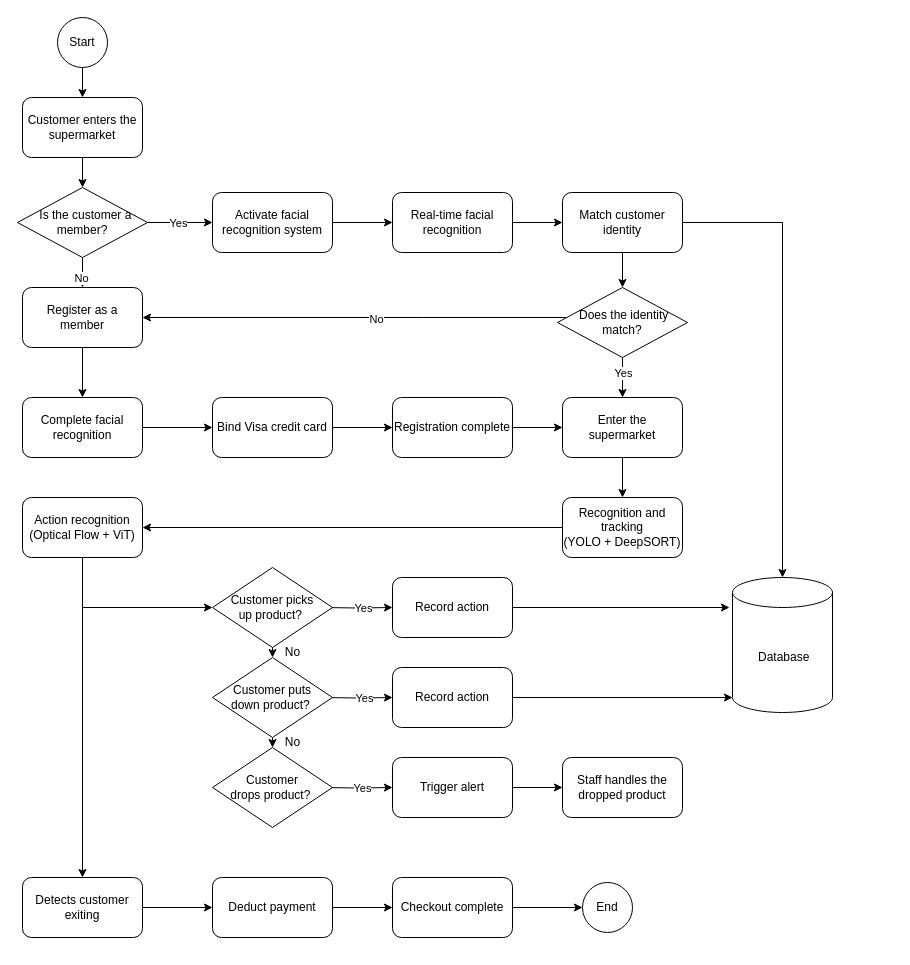
The draw.io diagram Flowchart.drawio in yannsusu/SwiftMart, before the edit. Source tidied: cells renumbered, new cells numbered last; positions are measured from the earlier drawing's top-left corner, leaving out a move shared by most shapes. Both pictures are drawn from the tidied source at 100%, with x=0, y=0 at pixel (17, 17).
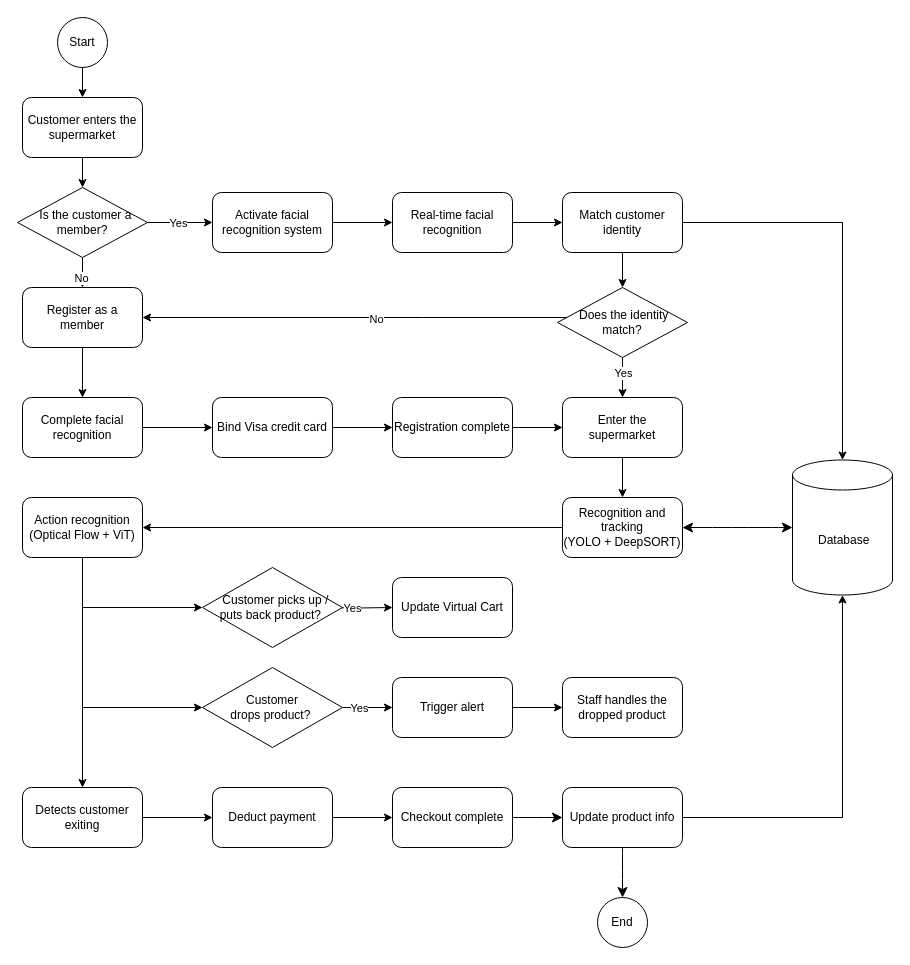
After the change.

The change refers to these unchanged cells:
```xml
<mxCell id="35" value="Recognition and tracking&lt;div&gt;(YOLO + DeepSORT)&lt;/div&gt;" style="whiteSpace=wrap;html=1;rounded=1;" parent="1" vertex="1">
  <mxGeometry x="545" y="480" width="120" height="60" as="geometry" />
</mxCell>
<mxCell id="37" value="Action recognition&lt;div&gt;(&lt;span style=&quot;background-color: transparent; color: light-dark(rgb(0, 0, 0), rgb(255, 255, 255));&quot;&gt;Optical Flow + ViT)&lt;/span&gt;&lt;/div&gt;" style="whiteSpace=wrap;html=1;rounded=1;" parent="1" vertex="1">
  <mxGeometry x="5" y="480" width="120" height="60" as="geometry" />
</mxCell>
<mxCell id="38" style="edgeStyle=orthogonalEdgeStyle;rounded=0;jettySize=auto;html=1;" parent="1" edge="1" target="43">
  <mxGeometry relative="1" as="geometry">
    <mxPoint x="305" y="590" as="sourcePoint" />
  </mxGeometry>
</mxCell>
```

Change to the diagram source:
```diff
@@
     <mxCell id="18" value="&amp;nbsp;Database" style="shape=cylinder3;whiteSpace=wrap;html=1;boundedLbl=1;backgroundOutline=1;size=15;" parent="1" vertex="1">
-      <mxGeometry x="715" y="560" width="100" height="135" as="geometry" />
+      <mxGeometry x="775" y="442.5" width="100" height="135" as="geometry" />
     </mxCell>
@@
     <mxCell id="39" value="Yes" style="edgeLabel;html=1;align=center;verticalAlign=middle;" parent="38" vertex="1">
       <mxGeometry x="-0.26" y="-3" relative="1" as="geometry">
-        <mxPoint x="15" y="-3" as="offset" />
+        <mxPoint x="4" y="-3" as="offset" />
       </mxGeometry>
     </mxCell>
@@
-    <mxCell id="41" style="edgeStyle=orthogonalEdgeStyle;rounded=0;jettySize=auto;html=1;" parent="1" edge="1" target="44">
-      <mxGeometry relative="1" as="geometry">
-        <mxPoint x="305" y="680" as="sourcePoint" />
-      </mxGeometry>
-    </mxCell>
-    <mxCell id="42" value="Yes" style="edgeLabel;html=1;align=center;verticalAlign=middle;" parent="41" vertex="1">
-      <mxGeometry x="-0.33" y="1" relative="1" as="geometry">
-        <mxPoint x="17" y="1" as="offset" />
-      </mxGeometry>
-    </mxCell>
-    <mxCell id="43" value="Record action" style="whiteSpace=wrap;html=1;rounded=1;" parent="1" vertex="1">
+    <mxCell id="43" value="Update&amp;nbsp;&lt;span style=&quot;background-color: transparent; color: light-dark(rgb(0, 0, 0), rgb(255, 255, 255));&quot;&gt;Virtual Cart&lt;/span&gt;" style="whiteSpace=wrap;html=1;rounded=1;" parent="1" vertex="1">
       <mxGeometry x="375" y="560" width="120" height="60" as="geometry" />
     </mxCell>
-    <mxCell id="44" value="Record action" style="whiteSpace=wrap;html=1;rounded=1;" parent="1" vertex="1">
-      <mxGeometry x="375" y="650" width="120" height="60" as="geometry" />
-    </mxCell>
-    <mxCell id="45" style="edgeStyle=orthogonalEdgeStyle;rounded=0;jettySize=auto;html=1;" parent="1" edge="1" target="48">
+    <mxCell id="45" style="edgeStyle=orthogonalEdgeStyle;rounded=0;jettySize=auto;html=1;exitX=1;exitY=0.5;exitDx=0;exitDy=0;entryX=0;entryY=0.5;entryDx=0;entryDy=0;" parent="1" edge="1" source="54" target="48">
       <mxGeometry relative="1" as="geometry">
-        <mxPoint x="305" y="770" as="sourcePoint" />
+        <Array as="points">
+          <mxPoint x="345" y="690" />
+          <mxPoint x="345" y="690" />
+        </Array>
       </mxGeometry>
     </mxCell>
     <mxCell id="46" value="Yes" style="edgeLabel;html=1;align=center;verticalAlign=middle;" parent="45" vertex="1">
       <mxGeometry x="-0.08" y="1" relative="1" as="geometry">
-        <mxPoint x="7" y="1" as="offset" />
+        <mxPoint x="-7" y="1" as="offset" />
       </mxGeometry>
     </mxCell>
@@
     <mxCell id="48" value="&lt;p class=&quot;p1&quot;&gt;Trigger alert&lt;/p&gt;" style="whiteSpace=wrap;html=1;rounded=1;" parent="1" vertex="1">
-      <mxGeometry x="375" y="740" width="120" height="60" as="geometry" />
+      <mxGeometry x="375" y="660" width="120" height="60" as="geometry" />
     </mxCell>
     <mxCell id="49" value="&lt;p class=&quot;p1&quot;&gt;Staff handles the dropped product&lt;/p&gt;" style="whiteSpace=wrap;html=1;rounded=1;" parent="1" vertex="1">
-      <mxGeometry x="545" y="740" width="120" height="60" as="geometry" />
+      <mxGeometry x="545" y="660" width="120" height="60" as="geometry" />
     </mxCell>
@@
     <mxCell id="51" value="&lt;p class=&quot;p1&quot;&gt;D&lt;span style=&quot;background-color: transparent; color: light-dark(rgb(0, 0, 0), rgb(255, 255, 255));&quot;&gt;etects customer exiting&lt;/span&gt;&lt;/p&gt;" style="whiteSpace=wrap;html=1;rounded=1;" parent="1" vertex="1">
-      <mxGeometry x="5" y="860" width="120" height="60" as="geometry" />
+      <mxGeometry x="5" y="770" width="120" height="60" as="geometry" />
     </mxCell>
-    <mxCell id="52" value="&lt;p class=&quot;p1&quot;&gt;Customer picks up&amp;nbsp;&lt;span style=&quot;background-color: transparent; color: light-dark(rgb(0, 0, 0), rgb(255, 255, 255));&quot;&gt;product?&lt;/span&gt;&lt;span style=&quot;background-color: transparent; color: light-dark(rgb(0, 0, 0), rgb(255, 255, 255));&quot; class=&quot;Apple-converted-space&quot;&gt;&amp;nbsp;&lt;/span&gt;&lt;/p&gt;" style="rhombus;whiteSpace=wrap;html=1;" parent="1" vertex="1">
-      <mxGeometry x="195" y="550" width="120" height="80" as="geometry" />
+    <mxCell id="52" value="&lt;p class=&quot;p1&quot;&gt;&amp;nbsp; Customer picks up / puts back&amp;nbsp;&lt;span style=&quot;background-color: transparent; color: light-dark(rgb(0, 0, 0), rgb(255, 255, 255));&quot;&gt;product?&lt;/span&gt;&lt;span style=&quot;background-color: transparent; color: light-dark(rgb(0, 0, 0), rgb(255, 255, 255));&quot; class=&quot;Apple-converted-space&quot;&gt;&amp;nbsp;&lt;/span&gt;&lt;/p&gt;" style="rhombus;whiteSpace=wrap;html=1;" parent="1" vertex="1">
+      <mxGeometry x="185" y="550" width="140" height="80" as="geometry" />
     </mxCell>
-    <mxCell id="53" value="Customer puts down&amp;nbsp;&lt;span style=&quot;color: light-dark(rgb(0, 0, 0), rgb(255, 255, 255)); background-color: transparent;&quot;&gt;product?&lt;/span&gt;&lt;span style=&quot;color: light-dark(rgb(0, 0, 0), rgb(255, 255, 255)); background-color: transparent;&quot; class=&quot;Apple-converted-space&quot;&gt;&amp;nbsp;&lt;/span&gt;" style="rhombus;whiteSpace=wrap;html=1;" parent="1" vertex="1">
-      <mxGeometry x="195" y="640" width="120" height="80" as="geometry" />
-    </mxCell>
     <mxCell id="54" value="Customer drops&amp;nbsp;&lt;span style=&quot;color: light-dark(rgb(0, 0, 0), rgb(255, 255, 255)); background-color: transparent;&quot;&gt;product?&lt;/span&gt;&lt;span style=&quot;color: light-dark(rgb(0, 0, 0), rgb(255, 255, 255)); background-color: transparent;&quot; class=&quot;Apple-converted-space&quot;&gt;&amp;nbsp;&lt;/span&gt;" style="rhombus;whiteSpace=wrap;html=1;" parent="1" vertex="1">
-      <mxGeometry x="195" y="730" width="120" height="80" as="geometry" />
+      <mxGeometry x="185" y="650" width="140" height="80" as="geometry" />
     </mxCell>
-    <mxCell id="55" style="endArrow=classic;html=1;rounded=0;exitX=0.5;exitY=1;exitDx=0;exitDy=0;entryX=0.5;entryY=0;entryDx=0;entryDy=0;" parent="1" edge="1" source="52" target="53">
-      <mxGeometry relative="1" as="geometry" />
-    </mxCell>
-    <mxCell id="56" value="No" style="text;html=1;align=center;verticalAlign=middle;strokeColor=none;fillColor=none;" parent="1" vertex="1">
-      <mxGeometry x="255" y="620" width="40" height="30" as="geometry" />
-    </mxCell>
-    <mxCell id="57" value="No" style="text;html=1;align=center;verticalAlign=middle;strokeColor=none;fillColor=none;" parent="1" vertex="1">
-      <mxGeometry x="255" y="710" width="40" height="30" as="geometry" />
-    </mxCell>
-    <mxCell id="58" style="endArrow=classic;html=1;rounded=0;" parent="1" edge="1" target="54">
-      <mxGeometry relative="1" as="geometry">
-        <mxPoint x="255" y="720" as="sourcePoint" />
-      </mxGeometry>
-    </mxCell>
@@
     <mxCell id="60" value="&lt;p class=&quot;p1&quot;&gt;Deduct payment&lt;/p&gt;" style="whiteSpace=wrap;html=1;rounded=1;" parent="1" vertex="1">
-      <mxGeometry x="195" y="860" width="120" height="60" as="geometry" />
+      <mxGeometry x="195" y="770" width="120" height="60" as="geometry" />
     </mxCell>
-    <mxCell id="61" style="endArrow=classic;html=1;rounded=0;exitX=1;exitY=0.5;exitDx=0;exitDy=0;" parent="1" edge="1" source="43">
-      <mxGeometry relative="1" as="geometry">
-        <mxPoint x="712" y="590" as="targetPoint" />
-      </mxGeometry>
-    </mxCell>
-    <mxCell id="62" style="endArrow=classic;html=1;rounded=0;exitX=1;exitY=0.5;exitDx=0;exitDy=0;entryX=0;entryY=1;entryDx=0;entryDy=-15;entryPerimeter=0;" parent="1" edge="1" source="44" target="18">
-      <mxGeometry relative="1" as="geometry" />
-    </mxCell>
+    <mxCell id="66" style="edgeStyle=none;curved=1;rounded=0;jettySize=auto;html=1;fontSize=12;startSize=8;endSize=8;" parent="1" edge="1" source="63" target="69">
+      <mxGeometry relative="1" as="geometry" />
+    </mxCell>
     <mxCell id="63" value="&lt;p class=&quot;p1&quot;&gt;Checkout complete&lt;/p&gt;" style="whiteSpace=wrap;html=1;rounded=1;" parent="1" vertex="1">
-      <mxGeometry x="375" y="860" width="120" height="60" as="geometry" />
+      <mxGeometry x="375" y="770" width="120" height="60" as="geometry" />
     </mxCell>
     <mxCell id="64" value="&lt;div&gt;&lt;p class=&quot;p1&quot;&gt;End&lt;/p&gt;&lt;/div&gt;" style="ellipse;whiteSpace=wrap;html=1;" parent="1" vertex="1">
-      <mxGeometry x="565" y="865" width="50" height="50" as="geometry" />
+      <mxGeometry x="580" y="880" width="50" height="50" as="geometry" />
     </mxCell>
-    <mxCell id="65" style="endArrow=classic;html=1;rounded=0;exitX=1;exitY=0.5;exitDx=0;exitDy=0;entryX=0;entryY=0.5;entryDx=0;entryDy=0;" parent="1" edge="1" source="63" target="64">
-      <mxGeometry relative="1" as="geometry" />
-    </mxCell>
+    <mxCell id="67" style="endArrow=classic;startArrow=classic;html=1;rounded=0;fontSize=12;startSize=8;endSize=8;curved=1;entryX=1;entryY=0.5;entryDx=0;entryDy=0;exitX=0;exitY=0.5;exitDx=0;exitDy=0;exitPerimeter=0;" parent="1" edge="1" source="18" target="35">
+      <mxGeometry relative="1" as="geometry" />
+    </mxCell>
+    <mxCell id="68" style="edgeStyle=none;curved=1;rounded=0;jettySize=auto;html=1;fontSize=12;startSize=8;endSize=8;" parent="1" edge="1" source="69" target="64">
+      <mxGeometry relative="1" as="geometry" />
+    </mxCell>
+    <mxCell id="69" value="Update product info" style="whiteSpace=wrap;html=1;rounded=1;" parent="1" vertex="1">
+      <mxGeometry x="545" y="770" width="120" height="60" as="geometry" />
+    </mxCell>
+    <mxCell id="70" style="edgeStyle=orthogonalEdgeStyle;rounded=0;jettySize=auto;html=1;entryX=0.5;entryY=1;entryDx=0;entryDy=0;entryPerimeter=0;exitX=1;exitY=0.5;exitDx=0;exitDy=0;" parent="1" edge="1" source="69" target="18">
+      <mxGeometry relative="1" as="geometry" />
+    </mxCell>
+    <mxCell id="71" style="endArrow=classic;html=1;rounded=0;exitX=0.5;exitY=1;exitDx=0;exitDy=0;entryX=0;entryY=0.5;entryDx=0;entryDy=0;" parent="1" edge="1" source="37" target="54">
+      <mxGeometry relative="1" as="geometry">
+        <Array as="points">
+          <mxPoint x="65" y="690" />
+        </Array>
+      </mxGeometry>
+    </mxCell>
```
